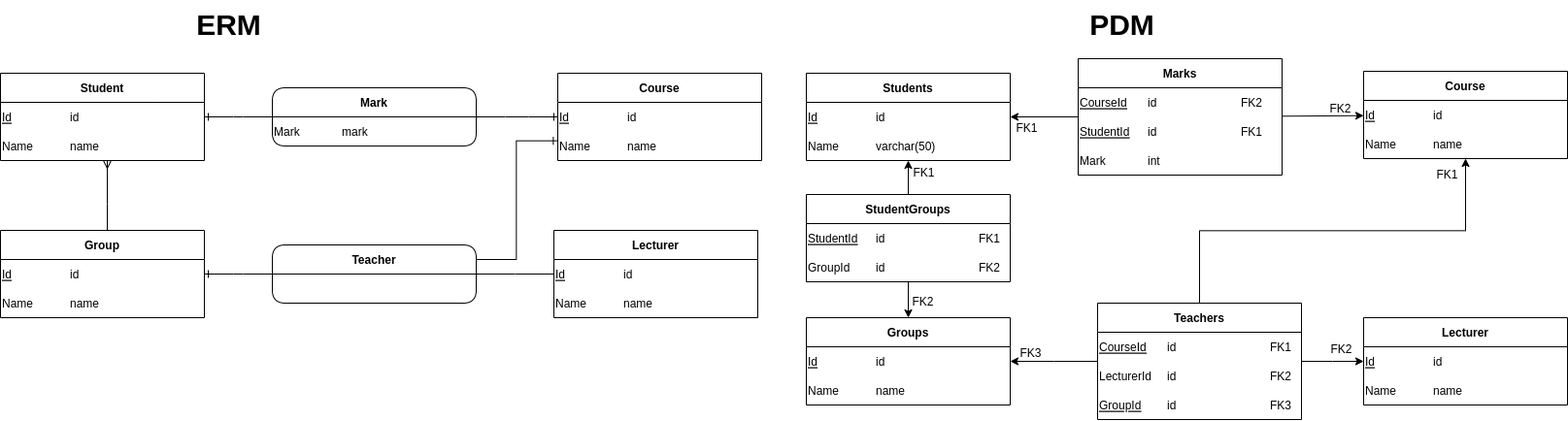
Before: Term7/db/hws/HW-4/HW-4.drawio.png, a diagram exported from draw.io (iliayar/ITMO). Source tidied: cells renumbered, new cells last; positions are measured from the earlier drawing's top-left corner, leaving out a move shared by most shapes.
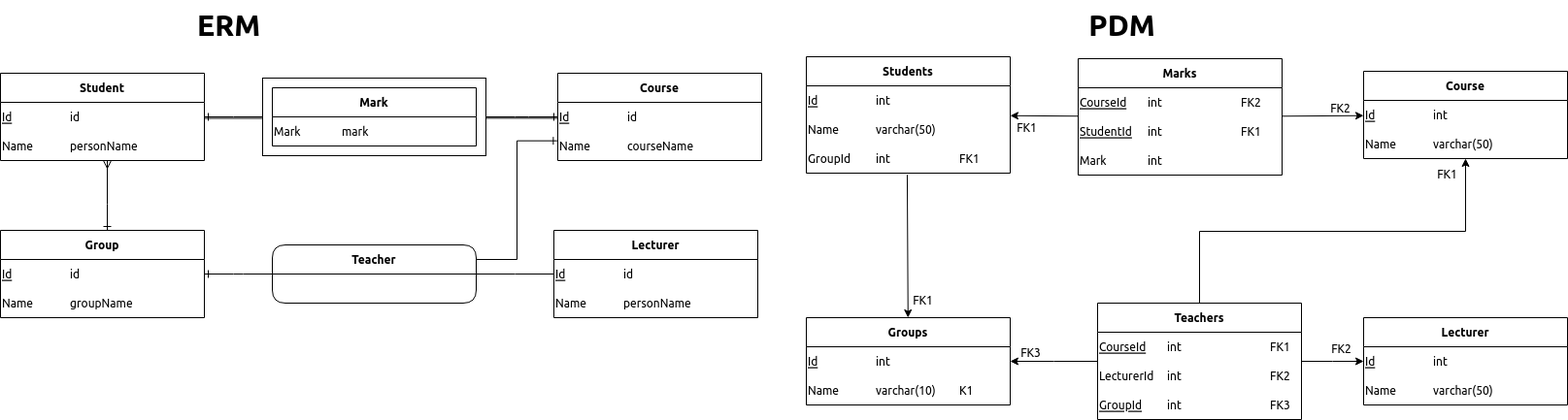
After the commit.

What changed in the source:
```diff
@@ -4,2 +4,5 @@
     <mxCell id="1" parent="0" />
+    <mxCell id="141" style="rounded=0;whiteSpace=wrap;html=1;sketch=0;strokeColor=default;" parent="1" vertex="1">
+      <mxGeometry x="270" y="80" width="230" height="80" as="geometry" />
+    </mxCell>
     <mxCell id="2" value="ERM" style="text;html=1;align=center;verticalAlign=middle;fillColor=none;strokeColor=none;rounded=0;shadow=0;strokeWidth=1;fontFamily=Helvetica;fontSize=30;fontColor=default;fontStyle=1;" parent="1" vertex="1">
@@ -31,3 +34,3 @@
     </mxCell>
-    <mxCell id="11" value="name" style="shape=partialRectangle;fillColor=none;top=0;left=0;bottom=0;right=0;fontStyle=0;overflow=hidden;strokeColor=none;align=left;" parent="9" vertex="1">
+    <mxCell id="11" value="personName" style="shape=partialRectangle;fillColor=none;top=0;left=0;bottom=0;right=0;fontStyle=0;overflow=hidden;strokeColor=none;align=left;" parent="9" vertex="1">
       <mxGeometry x="70" width="120" height="30" as="geometry" />
@@ -58,3 +61,3 @@
     </mxCell>
-    <mxCell id="20" value="name" style="shape=partialRectangle;fillColor=none;top=0;left=0;bottom=0;right=0;fontStyle=0;overflow=hidden;strokeColor=none;align=left;" parent="18" vertex="1">
+    <mxCell id="20" value="groupName" style="shape=partialRectangle;fillColor=none;top=0;left=0;bottom=0;right=0;fontStyle=0;overflow=hidden;strokeColor=none;align=left;" parent="18" vertex="1">
       <mxGeometry x="70" width="120" height="30" as="geometry" />
@@ -64,3 +67,3 @@
     </mxCell>
-    <mxCell id="22" style="edgeStyle=elbowEdgeStyle;fontSize=12;html=1;endArrow=ERmany;startArrow=ERzero;rounded=0;elbow=vertical;" parent="1" edge="1" source="13" target="4">
+    <mxCell id="22" style="edgeStyle=elbowEdgeStyle;fontSize=12;html=1;endArrow=ERmany;startArrow=ERone;rounded=0;elbow=vertical;" parent="1" edge="1" source="13" target="4">
       <mxGeometry relative="1" as="geometry">
@@ -92,3 +95,3 @@
     </mxCell>
-    <mxCell id="30" value="name" style="shape=partialRectangle;fillColor=none;top=0;left=0;bottom=0;right=0;fontStyle=0;overflow=hidden;strokeColor=none;align=left;" parent="28" vertex="1">
+    <mxCell id="30" value="courseName" style="shape=partialRectangle;fillColor=none;top=0;left=0;bottom=0;right=0;fontStyle=0;overflow=hidden;strokeColor=none;align=left;" parent="28" vertex="1">
       <mxGeometry x="70" width="120" height="30" as="geometry" />
@@ -119,3 +122,3 @@
     </mxCell>
-    <mxCell id="39" value="name" style="shape=partialRectangle;fillColor=none;top=0;left=0;bottom=0;right=0;fontStyle=0;overflow=hidden;strokeColor=none;align=left;" parent="37" vertex="1">
+    <mxCell id="39" value="personName" style="shape=partialRectangle;fillColor=none;top=0;left=0;bottom=0;right=0;fontStyle=0;overflow=hidden;strokeColor=none;align=left;" parent="37" vertex="1">
       <mxGeometry x="70" width="120" height="30" as="geometry" />
@@ -125,3 +128,3 @@
     </mxCell>
-    <mxCell id="41" value="Mark" style="shape=table;startSize=30;rowLines=0;fontStyle=1;align=center;strokeColor=default;columnLines=0;rounded=1;swimlaneLine=1;" parent="1" vertex="1">
+    <mxCell id="41" value="Mark" style="shape=table;startSize=30;rowLines=0;fontStyle=1;align=center;strokeColor=default;columnLines=0;rounded=0;swimlaneLine=1;enumerate=0;sketch=0;" parent="1" vertex="1">
       <mxGeometry x="280" y="90" width="210" height="60" as="geometry" />
@@ -140,6 +143,6 @@
     </mxCell>
-    <mxCell id="46" style="edgeStyle=entityRelationEdgeStyle;fontSize=12;html=1;endArrow=ERone;endFill=1;rounded=0;elbow=vertical;" parent="1" edge="1" source="41" target="4">
+    <mxCell id="46" style="edgeStyle=entityRelationEdgeStyle;fontSize=12;html=1;endArrow=ERone;endFill=1;rounded=0;elbow=vertical;exitX=0;exitY=0.5;exitDx=0;exitDy=0;" parent="1" edge="1" source="141" target="4">
       <mxGeometry relative="1" as="geometry" />
     </mxCell>
-    <mxCell id="47" style="edgeStyle=entityRelationEdgeStyle;fontSize=12;html=1;endArrow=ERone;endFill=1;rounded=0;elbow=vertical;" parent="1" edge="1" source="41" target="23">
+    <mxCell id="47" style="edgeStyle=entityRelationEdgeStyle;fontSize=12;html=1;endArrow=ERone;endFill=0;rounded=0;elbow=vertical;exitX=1;exitY=0.5;exitDx=0;exitDy=0;startArrow=none;startFill=0;snapToPoint=0;sketch=0;shadow=0;comic=0;enumerate=0;orthogonal=0;flowAnimation=0;noJump=0;backgroundOutline=0;fixDash=0;targetPerimeterSpacing=0;endSize=6;jumpStyle=none;jumpSize=6;targetPortConstraint=none;anchorPointDirection=1;strokeWidth=1;" parent="1" edge="1" source="141" target="23">
       <mxGeometry relative="1" as="geometry" />
@@ -171,3 +174,3 @@
     <mxCell id="56" value="Students" style="shape=table;startSize=30;rowLines=0;fontStyle=1;align=center;strokeColor=default;columnLines=0;" parent="1" vertex="1">
-      <mxGeometry x="830" y="75" width="210" height="90" as="geometry" />
+      <mxGeometry x="830" y="58" width="210" height="120" as="geometry" />
     </mxCell>
@@ -179,9 +182,9 @@
     </mxCell>
-    <mxCell id="59" value="id" style="shape=partialRectangle;fillColor=none;top=0;left=0;bottom=0;right=0;fontStyle=0;overflow=hidden;strokeColor=none;align=left;" parent="57" vertex="1">
-      <mxGeometry x="70" width="120" height="30" as="geometry" />
+    <mxCell id="59" value="int" style="shape=partialRectangle;fillColor=none;top=0;left=0;bottom=0;right=0;fontStyle=0;overflow=hidden;strokeColor=none;align=left;" parent="57" vertex="1">
+      <mxGeometry x="70" width="80" height="30" as="geometry" />
     </mxCell>
     <mxCell id="60" style="shape=partialRectangle;fillColor=none;top=0;left=0;bottom=0;right=0;align=left;spacingLeft=6;fontStyle=5;overflow=hidden;strokeColor=none;" parent="57" vertex="1">
-      <mxGeometry x="190" width="20" height="30" as="geometry" />
+      <mxGeometry x="150" width="60" height="30" as="geometry" />
     </mxCell>
-    <mxCell id="61" style="shape=tableRow;horizontal=0;startSize=0;swimlaneHead=0;swimlaneBody=0;fillColor=none;top=0;left=0;right=0;bottom=1;strokeColor=none;" parent="56" vertex="1">
+    <mxCell id="61" style="shape=tableRow;horizontal=0;startSize=0;swimlaneHead=0;swimlaneBody=0;fillColor=none;top=0;left=0;right=0;bottom=1;strokeColor=none;swimlaneFillColor=default;" parent="56" vertex="1">
       <mxGeometry y="60" width="210" height="30" as="geometry" />
@@ -192,7 +195,19 @@
     <mxCell id="63" value="varchar(50)" style="shape=partialRectangle;fillColor=none;top=0;left=0;bottom=0;right=0;fontStyle=0;overflow=hidden;strokeColor=none;align=left;" parent="61" vertex="1">
-      <mxGeometry x="70" width="120" height="30" as="geometry" />
+      <mxGeometry x="70" width="80" height="30" as="geometry" />
     </mxCell>
     <mxCell id="64" style="shape=partialRectangle;fillColor=none;top=0;left=0;bottom=0;right=0;align=left;spacingLeft=6;fontStyle=5;overflow=hidden;strokeColor=none;" parent="61" vertex="1">
-      <mxGeometry x="190" width="20" height="30" as="geometry" />
+      <mxGeometry x="150" width="60" height="30" as="geometry" />
     </mxCell>
+    <mxCell id="142" style="shape=tableRow;horizontal=0;startSize=0;swimlaneHead=0;swimlaneBody=0;fillColor=none;points=[[0,0.5],[1,0.5]];portConstraint=eastwest;top=0;left=0;right=0;bottom=1;strokeColor=none;swimlaneFillColor=default;" parent="56" vertex="1">
+      <mxGeometry y="90" width="210" height="30" as="geometry" />
+    </mxCell>
+    <mxCell id="124" value="GroupId" style="shape=partialRectangle;fillColor=none;top=0;left=0;bottom=0;right=0;fontStyle=0;overflow=hidden;strokeColor=none;align=left;" parent="142" vertex="1">
+      <mxGeometry width="70" height="30" as="geometry" />
+    </mxCell>
+    <mxCell id="143" value="int" style="shape=partialRectangle;fillColor=none;top=0;left=0;bottom=0;right=0;fontStyle=0;overflow=hidden;strokeColor=none;align=left;" parent="142" vertex="1">
+      <mxGeometry x="70" width="80" height="30" as="geometry" />
+    </mxCell>
+    <mxCell id="122" value="FK1" style="shape=partialRectangle;fillColor=none;top=0;left=0;bottom=0;right=0;align=left;spacingLeft=6;fontStyle=0;overflow=hidden;strokeColor=none;" parent="142" vertex="1">
+      <mxGeometry x="150" width="60" height="30" as="geometry" />
+    </mxCell>
     <mxCell id="65" value="Groups" style="shape=table;startSize=30;rowLines=0;fontStyle=1;align=center;strokeColor=default;columnLines=0;" parent="1" vertex="1">
@@ -206,7 +221,7 @@
     </mxCell>
-    <mxCell id="68" value="id" style="shape=partialRectangle;fillColor=none;top=0;left=0;bottom=0;right=0;fontStyle=0;overflow=hidden;strokeColor=none;align=left;" parent="66" vertex="1">
-      <mxGeometry x="70" width="120" height="30" as="geometry" />
+    <mxCell id="68" value="int" style="shape=partialRectangle;fillColor=none;top=0;left=0;bottom=0;right=0;fontStyle=0;overflow=hidden;strokeColor=none;align=left;" parent="66" vertex="1">
+      <mxGeometry x="70" width="80" height="30" as="geometry" />
     </mxCell>
     <mxCell id="69" style="shape=partialRectangle;fillColor=none;top=0;left=0;bottom=0;right=0;align=left;spacingLeft=6;fontStyle=5;overflow=hidden;strokeColor=none;" parent="66" vertex="1">
-      <mxGeometry x="190" width="20" height="30" as="geometry" />
+      <mxGeometry x="150" width="60" height="30" as="geometry" />
     </mxCell>
@@ -218,7 +233,7 @@
     </mxCell>
-    <mxCell id="72" value="name" style="shape=partialRectangle;fillColor=none;top=0;left=0;bottom=0;right=0;fontStyle=0;overflow=hidden;strokeColor=none;align=left;" parent="70" vertex="1">
-      <mxGeometry x="70" width="120" height="30" as="geometry" />
+    <mxCell id="72" value="varchar(10)" style="shape=partialRectangle;fillColor=none;top=0;left=0;bottom=0;right=0;fontStyle=0;overflow=hidden;strokeColor=none;align=left;" parent="70" vertex="1">
+      <mxGeometry x="70" width="80" height="30" as="geometry" />
     </mxCell>
-    <mxCell id="73" style="shape=partialRectangle;fillColor=none;top=0;left=0;bottom=0;right=0;align=left;spacingLeft=6;fontStyle=5;overflow=hidden;strokeColor=none;" parent="70" vertex="1">
-      <mxGeometry x="190" width="20" height="30" as="geometry" />
+    <mxCell id="73" value="K1" style="shape=partialRectangle;fillColor=none;top=0;left=0;bottom=0;right=0;align=left;spacingLeft=6;fontStyle=0;overflow=hidden;strokeColor=none;" parent="70" vertex="1">
+      <mxGeometry x="150" width="60" height="30" as="geometry" />
     </mxCell>
@@ -233,3 +248,3 @@
     </mxCell>
-    <mxCell id="77" value="id" style="shape=partialRectangle;fillColor=none;top=0;left=0;bottom=0;right=0;fontStyle=0;overflow=hidden;strokeColor=none;align=left;" parent="75" vertex="1">
+    <mxCell id="77" value="int" style="shape=partialRectangle;fillColor=none;top=0;left=0;bottom=0;right=0;fontStyle=0;overflow=hidden;strokeColor=none;align=left;" parent="75" vertex="1">
       <mxGeometry x="70" width="120" height="30" as="geometry" />
@@ -245,3 +260,3 @@
     </mxCell>
-    <mxCell id="81" value="name" style="shape=partialRectangle;fillColor=none;top=0;left=0;bottom=0;right=0;fontStyle=0;overflow=hidden;strokeColor=none;align=left;" parent="79" vertex="1">
+    <mxCell id="81" value="varchar(50)" style="shape=partialRectangle;fillColor=none;top=0;left=0;bottom=0;right=0;fontStyle=0;overflow=hidden;strokeColor=none;align=left;" parent="79" vertex="1">
       <mxGeometry x="70" width="120" height="30" as="geometry" />
@@ -260,3 +275,3 @@
     </mxCell>
-    <mxCell id="86" value="id" style="shape=partialRectangle;fillColor=none;top=0;left=0;bottom=0;right=0;fontStyle=0;overflow=hidden;strokeColor=none;align=left;" parent="84" vertex="1">
+    <mxCell id="86" value="int" style="shape=partialRectangle;fillColor=none;top=0;left=0;bottom=0;right=0;fontStyle=0;overflow=hidden;strokeColor=none;align=left;" parent="84" vertex="1">
       <mxGeometry x="70" width="120" height="30" as="geometry" />
@@ -272,3 +287,3 @@
     </mxCell>
-    <mxCell id="90" value="name" style="shape=partialRectangle;fillColor=none;top=0;left=0;bottom=0;right=0;fontStyle=0;overflow=hidden;strokeColor=none;align=left;" parent="88" vertex="1">
+    <mxCell id="90" value="varchar(50)" style="shape=partialRectangle;fillColor=none;top=0;left=0;bottom=0;right=0;fontStyle=0;overflow=hidden;strokeColor=none;align=left;" parent="88" vertex="1">
       <mxGeometry x="70" width="120" height="30" as="geometry" />
@@ -287,3 +302,3 @@
     </mxCell>
-    <mxCell id="95" value="id" style="shape=partialRectangle;fillColor=none;top=0;left=0;bottom=0;right=0;fontStyle=0;overflow=hidden;strokeColor=none;align=left;" parent="93" vertex="1">
+    <mxCell id="95" value="int" style="shape=partialRectangle;fillColor=none;top=0;left=0;bottom=0;right=0;fontStyle=0;overflow=hidden;strokeColor=none;align=left;" parent="93" vertex="1">
       <mxGeometry x="70" width="90" height="30" as="geometry" />
@@ -299,3 +314,3 @@
     </mxCell>
-    <mxCell id="99" value="id" style="shape=partialRectangle;fillColor=none;top=0;left=0;bottom=0;right=0;fontStyle=0;overflow=hidden;strokeColor=none;align=left;" parent="97" vertex="1">
+    <mxCell id="99" value="int" style="shape=partialRectangle;fillColor=none;top=0;left=0;bottom=0;right=0;fontStyle=0;overflow=hidden;strokeColor=none;align=left;" parent="97" vertex="1">
       <mxGeometry x="70" width="90" height="30" as="geometry" />
@@ -326,3 +341,3 @@
     </mxCell>
-    <mxCell id="108" value="id" style="shape=partialRectangle;fillColor=none;top=0;left=0;bottom=0;right=0;fontStyle=0;overflow=hidden;strokeColor=none;align=left;" parent="106" vertex="1">
+    <mxCell id="108" value="int" style="shape=partialRectangle;fillColor=none;top=0;left=0;bottom=0;right=0;fontStyle=0;overflow=hidden;strokeColor=none;align=left;" parent="106" vertex="1">
       <mxGeometry x="70" width="100" height="30" as="geometry" />
@@ -338,3 +353,3 @@
     </mxCell>
-    <mxCell id="112" value="id" style="shape=partialRectangle;fillColor=none;top=0;left=0;bottom=0;right=0;fontStyle=0;overflow=hidden;strokeColor=none;align=left;" parent="110" vertex="1">
+    <mxCell id="112" value="int" style="shape=partialRectangle;fillColor=none;top=0;left=0;bottom=0;right=0;fontStyle=0;overflow=hidden;strokeColor=none;align=left;" parent="110" vertex="1">
       <mxGeometry x="70" width="100" height="30" as="geometry" />
@@ -350,3 +365,3 @@
     </mxCell>
-    <mxCell id="116" value="id" style="shape=partialRectangle;fillColor=none;top=0;left=0;bottom=0;right=0;fontStyle=0;overflow=hidden;strokeColor=none;align=left;" parent="114" vertex="1">
+    <mxCell id="116" value="int" style="shape=partialRectangle;fillColor=none;top=0;left=0;bottom=0;right=0;fontStyle=0;overflow=hidden;strokeColor=none;align=left;" parent="114" vertex="1">
       <mxGeometry x="70" width="100" height="30" as="geometry" />
@@ -356,40 +371,7 @@
     </mxCell>
-    <mxCell id="118" value="StudentGroups" style="shape=table;startSize=30;rowLines=0;fontStyle=1;align=center;strokeColor=default;columnLines=0;" parent="1" vertex="1">
-      <mxGeometry x="830" y="200" width="210" height="90" as="geometry" />
-    </mxCell>
-    <mxCell id="119" style="shape=tableRow;horizontal=0;startSize=0;swimlaneHead=0;swimlaneBody=0;fillColor=none;top=0;left=0;right=0;bottom=1;strokeColor=none;fontStyle=4;" parent="118" vertex="1">
-      <mxGeometry y="30" width="210" height="30" as="geometry" />
-    </mxCell>
-    <mxCell id="120" value="StudentId" style="shape=partialRectangle;fillColor=none;top=0;left=0;bottom=0;right=0;fontStyle=4;overflow=hidden;strokeColor=none;align=left;" parent="119" vertex="1">
-      <mxGeometry width="70" height="30" as="geometry" />
-    </mxCell>
-    <mxCell id="121" value="id" style="shape=partialRectangle;fillColor=none;top=0;left=0;bottom=0;right=0;fontStyle=0;overflow=hidden;strokeColor=none;align=left;" parent="119" vertex="1">
-      <mxGeometry x="70" width="100" height="30" as="geometry" />
-    </mxCell>
-    <mxCell id="122" value="FK1" style="shape=partialRectangle;fillColor=none;top=0;left=0;bottom=0;right=0;align=left;spacingLeft=6;fontStyle=0;overflow=hidden;strokeColor=none;" parent="119" vertex="1">
-      <mxGeometry x="170" width="40" height="30" as="geometry" />
-    </mxCell>
-    <mxCell id="123" style="shape=tableRow;horizontal=0;startSize=0;swimlaneHead=0;swimlaneBody=0;fillColor=none;top=0;left=0;right=0;bottom=1;strokeColor=none;" parent="118" vertex="1">
-      <mxGeometry y="60" width="210" height="30" as="geometry" />
-    </mxCell>
-    <mxCell id="124" value="GroupId" style="shape=partialRectangle;fillColor=none;top=0;left=0;bottom=0;right=0;fontStyle=0;overflow=hidden;strokeColor=none;align=left;" parent="123" vertex="1">
-      <mxGeometry width="70" height="30" as="geometry" />
-    </mxCell>
-    <mxCell id="125" value="id" style="shape=partialRectangle;fillColor=none;top=0;left=0;bottom=0;right=0;fontStyle=0;overflow=hidden;strokeColor=none;align=left;" parent="123" vertex="1">
-      <mxGeometry x="70" width="100" height="30" as="geometry" />
-    </mxCell>
-    <mxCell id="126" value="FK2" style="shape=partialRectangle;fillColor=none;top=0;left=0;bottom=0;right=0;align=left;spacingLeft=6;fontStyle=0;overflow=hidden;strokeColor=none;" parent="123" vertex="1">
-      <mxGeometry x="170" width="40" height="30" as="geometry" />
-    </mxCell>
-    <mxCell id="127" style="endArrow=classic;html=1;rounded=0;" parent="1" edge="1" source="118" target="56">
-      <mxGeometry relative="1" as="geometry" />
-    </mxCell>
-    <mxCell id="128" style="endArrow=classic;html=1;rounded=0;" parent="1" edge="1" source="118" target="65">
+    <mxCell id="128" style="endArrow=classic;html=1;rounded=0;exitX=0.495;exitY=1.057;exitDx=0;exitDy=0;exitPerimeter=0;" parent="1" edge="1" source="142" target="65">
       <mxGeometry relative="1" as="geometry" />
     </mxCell>
-    <mxCell id="129" value="FK1" style="text;html=1;align=center;verticalAlign=middle;fillColor=none;strokeColor=none;rounded=0;" parent="1" vertex="1">
-      <mxGeometry x="926" y="163" width="50" height="30" as="geometry" />
-    </mxCell>
-    <mxCell id="130" value="FK2" style="text;html=1;align=center;verticalAlign=middle;fillColor=none;strokeColor=none;rounded=0;" parent="1" vertex="1">
-      <mxGeometry x="925" y="296" width="50" height="30" as="geometry" />
+    <mxCell id="130" value="FK1" style="text;html=1;align=center;verticalAlign=middle;fillColor=none;strokeColor=none;rounded=0;" parent="1" vertex="1">
+      <mxGeometry x="930" y="300" width="40" height="20" as="geometry" />
     </mxCell>
@@ -425,2 +407,8 @@
     </mxCell>
+    <mxCell id="144" style="endArrow=none;html=1;rounded=0;shadow=0;labelBackgroundColor=default;comic=0;sketch=0;fontFamily=Helvetica;fontSize=12;fontColor=default;targetPerimeterSpacing=0;strokeColor=default;elbow=vertical;jumpStyle=none;jumpSize=6;exitX=1.002;exitY=0.517;exitDx=0;exitDy=0;exitPerimeter=0;entryX=0;entryY=0.547;entryDx=0;entryDy=0;entryPerimeter=0;" parent="1" edge="1" source="141" target="24">
+      <mxGeometry relative="1" as="geometry" />
+    </mxCell>
+    <mxCell id="145" style="endArrow=none;html=1;rounded=0;shadow=0;labelBackgroundColor=default;comic=0;sketch=0;fontFamily=Helvetica;fontSize=12;fontColor=default;targetPerimeterSpacing=0;strokeColor=default;strokeWidth=1;elbow=vertical;jumpStyle=none;jumpSize=6;exitX=1.001;exitY=0.55;exitDx=0;exitDy=0;exitPerimeter=0;entryX=0;entryY=0.519;entryDx=0;entryDy=0;entryPerimeter=0;" parent="1" edge="1" source="5" target="141">
+      <mxGeometry relative="1" as="geometry" />
+    </mxCell>
   </root>
```
